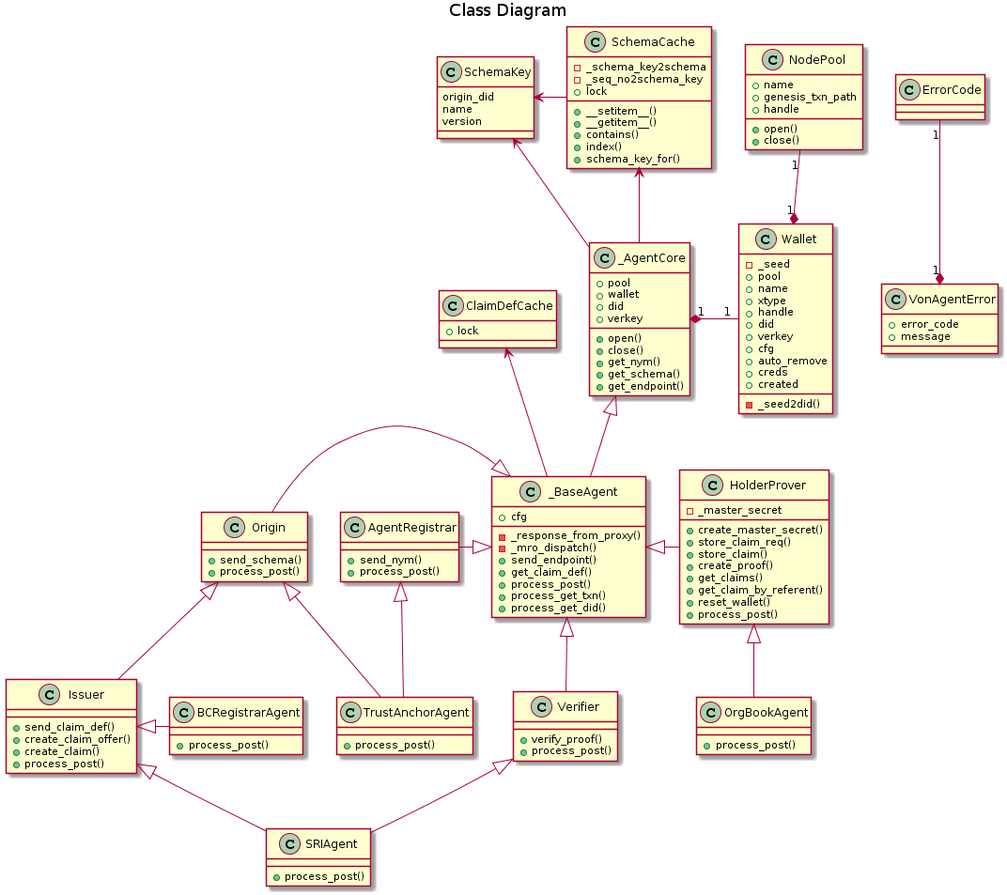
PSPC-SPAC-buyandsell/von_base keeps this PlantUML diagram as doc/pic/class.png. Above is the earlier version.
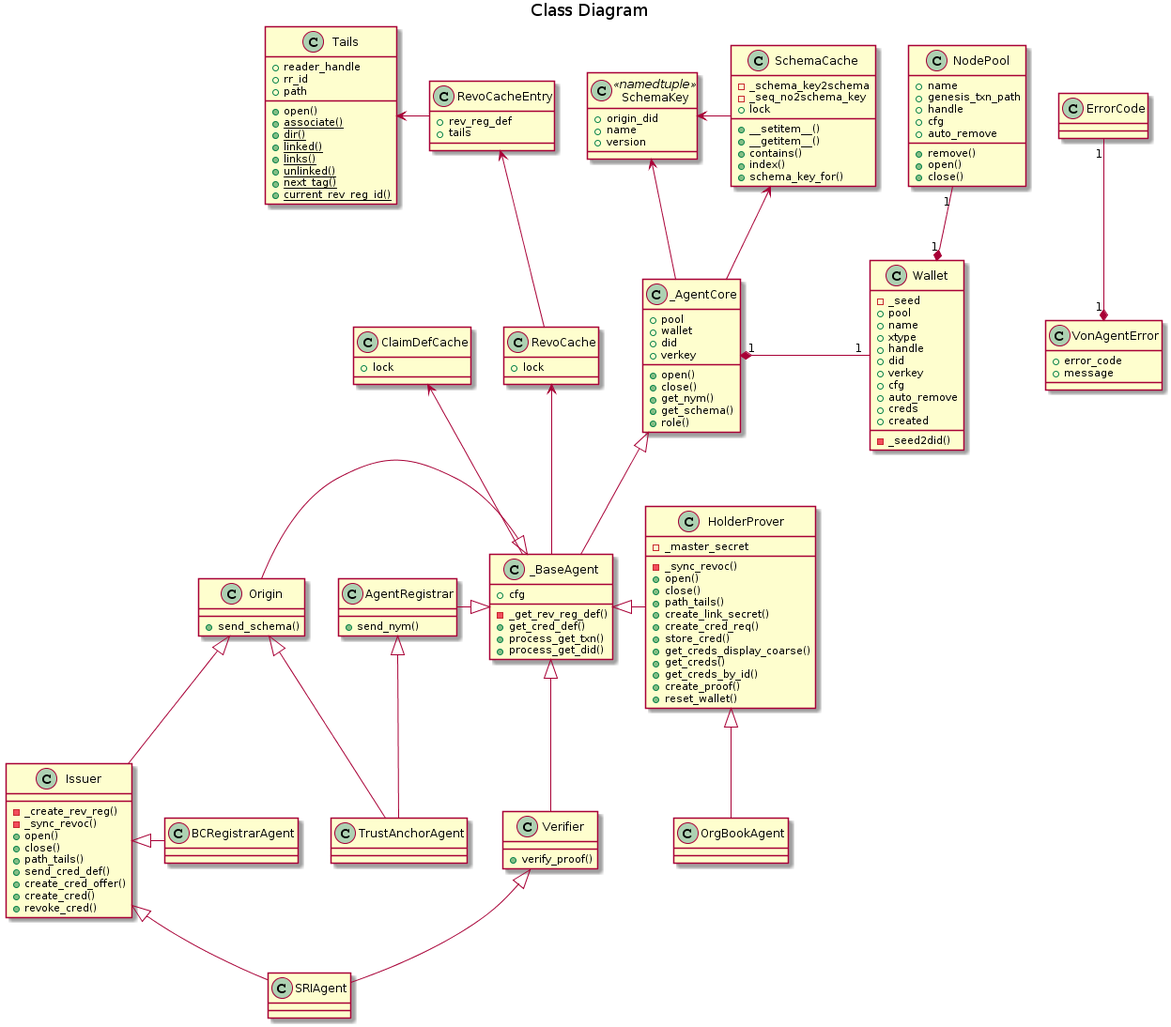
The same file after the commit.

Diff of the diagram source:
```diff
@@ -6,14 +6,14 @@
 }
 
 class VonAgentError {
-    + error_code
-    + message
+    +error_code
+    +message
 }
 
-class SchemaKey {
-    origin_did
-    name
-    version
+class SchemaKey << namedtuple >> {
+    +origin_did
+    +name
+    +version
 }
 
 class SchemaCache {
@@ -31,7 +31,31 @@
     +lock
 }
 
+class Tails {
+    +reader_handle
+    +rr_id
+    +path
+    +open()
+    {static} +associate()
+    {static} +dir()
+    {static} +linked()
+    {static} +links()
+    {static} +unlinked()
+    {static} +next_tag()
+    {static} +current_rev_reg_id()
+}
+
+class RevoCacheEntry {
+    +rev_reg_def
+    +tails
+}
+
+class RevoCache{
+    +lock
+}
+
 class Wallet {
+    -_seed2did()
     -_seed
     +pool
     +name
@@ -43,13 +67,15 @@
     +auto_remove
     +creds
     +created
-    -_seed2did()
 }
 
 class NodePool {
     +name
     +genesis_txn_path
     +handle
+    +cfg
+    +auto_remove
+    +remove()
     +open()
     +close()
 }
@@ -63,68 +89,67 @@
     +close()
     +get_nym()
     +get_schema()
-    +get_endpoint()
+    +role()
 }
 
 class _BaseAgent {
     +cfg
-    -_response_from_proxy()
-    -_mro_dispatch()
-    +send_endpoint()
-    +get_claim_def()
-    +process_post()
+    -_get_rev_reg_def()
+    +get_cred_def()
     +process_get_txn()
     +process_get_did()
 }
 
 class AgentRegistrar {
     +send_nym()
-    +process_post()
 }
 
 class Origin {
     +send_schema()
-    +process_post()
 }
 
 class Issuer {
-    +send_claim_def()
-    +create_claim_offer()
-    +create_claim()
-    +process_post()
+    -_create_rev_reg()
+    -_sync_revoc()
+    +open()
+    +close()
+    +path_tails()
+    +send_cred_def()
+    +create_cred_offer()
+    +create_cred()
+    +revoke_cred()
 }
 
 class HolderProver {
     -_master_secret
-    +create_master_secret()
-    +store_claim_req()
-    +store_claim()
+    -_sync_revoc()
+    +open()
+    +close()
+    +path_tails()
+    +create_link_secret()
+    +create_cred_req()
+    +store_cred()
+    +get_creds_display_coarse()
+    +get_creds()
+    +get_creds_by_id()
     +create_proof()
-    +get_claims()
-    +get_claim_by_referent()
     +reset_wallet()
-    +process_post()
 }
 
 class Verifier {
     +verify_proof()
-    +process_post()
 }
 
 class TrustAnchorAgent {
-    +process_post()
 }
 
 class SRIAgent {
-    +process_post()
 }
 
 class BCRegistrarAgent {
-    +process_post()
 }
 
 class OrgBookAgent {
-    +process_post()
 }
 
 VonAgentError "1" *-up- "1" ErrorCode
@@ -134,6 +159,12 @@
 _AgentCore -up-> SchemaCache
 _AgentCore "1" *-right- "1" Wallet
 Wallet "1" *-up- "1" NodePool
+
+RevoCacheEntry -left-> Tails
+
+RevoCache -up-> RevoCacheEntry
+
+_BaseAgent -up-> RevoCache
 
 _BaseAgent -up-> ClaimDefCache
 _AgentCore <|-down- _BaseAgent
```
